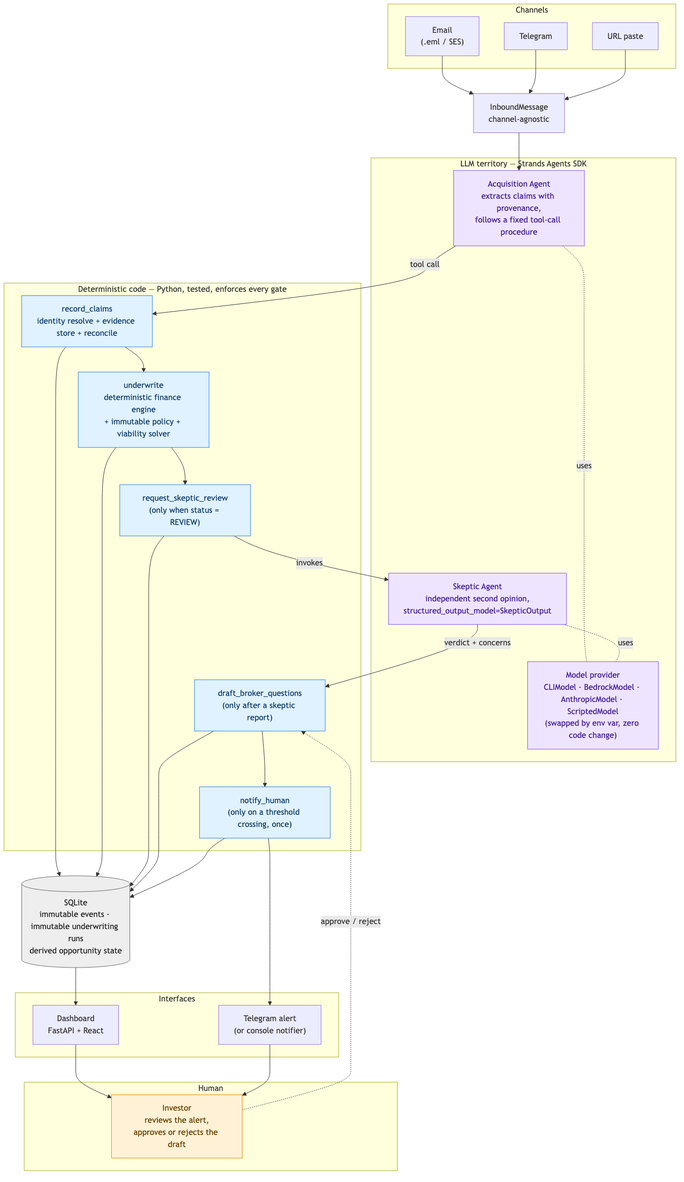
The Mermaid diagram architecture/architecture.png in mpnikhil/DealSieve, before a commit. Its source is kept beside it as architecture/architecture.mmd. Source of this version:
```mermaid

flowchart TD
    subgraph CH["Channels"]
        EM["Email\n(.eml / SES)"]
        TG["Telegram"]
        URLIN["URL paste"]
    end

    IM["InboundMessage\nchannel-agnostic"]
    EM --> IM
    TG --> IM
    URLIN --> IM

    subgraph LLM["LLM territory — Strands Agents SDK"]
        MP["Model provider\nCLIModel · BedrockModel · AnthropicModel · ScriptedModel\n(swapped by env var, zero code change)"]
        AA["Acquisition Agent\nextracts claims with provenance,\nfollows a fixed tool-call procedure"]
        SK["Skeptic Agent\nindependent second opinion,\nstructured_output_model=SkepticOutput"]
        AA -.uses.- MP
        SK -.uses.- MP
    end

    IM --> AA

    subgraph DET["Deterministic code — Python, tested, enforces every gate"]
        RC["record_claims\nidentity resolve + evidence store + reconcile"]
        UW["underwrite\ndeterministic finance engine\n+ immutable policy + viability solver"]
        RSR["request_skeptic_review\n(only when status = REVIEW)"]
        DBQ["draft_broker_questions\n(only after a skeptic report)"]
        NH["notify_human\n(only on a threshold crossing, once)"]
    end

    AA -->|"tool call"| RC --> UW --> RSR
    RSR -->|invokes| SK
    SK -->|verdict + concerns| DBQ --> NH

    DB[("SQLite\nimmutable events · immutable underwriting runs\nderived opportunity state")]
    RC --> DB
    UW --> DB
    RSR --> DB
    DBQ --> DB
    NH --> DB

    subgraph OUT["Interfaces"]
        DASH["Dashboard\nFastAPI + React"]
        ALERT["Telegram alert\n(or console notifier)"]
    end
    DB --> DASH
    NH --> ALERT

    subgraph HUM["Human"]
        H["Investor\nreviews the alert,\napproves or rejects the draft"]
    end
    DASH --> H
    ALERT --> H
    H -.approve / reject.-> DBQ

    classDef llm fill:#efe4ff,stroke:#7c4dff,color:#3d1a8f;
    classDef det fill:#e0f2ff,stroke:#2f7ed8,color:#0d3a66;
    classDef human fill:#fff1d6,stroke:#e08a00,color:#6b4400;
    classDef store fill:#eeeeee,stroke:#666666,color:#222222;

    class MP,AA,SK llm;
    class RC,UW,RSR,DBQ,NH det;
    class H human;
    class DB store;
```
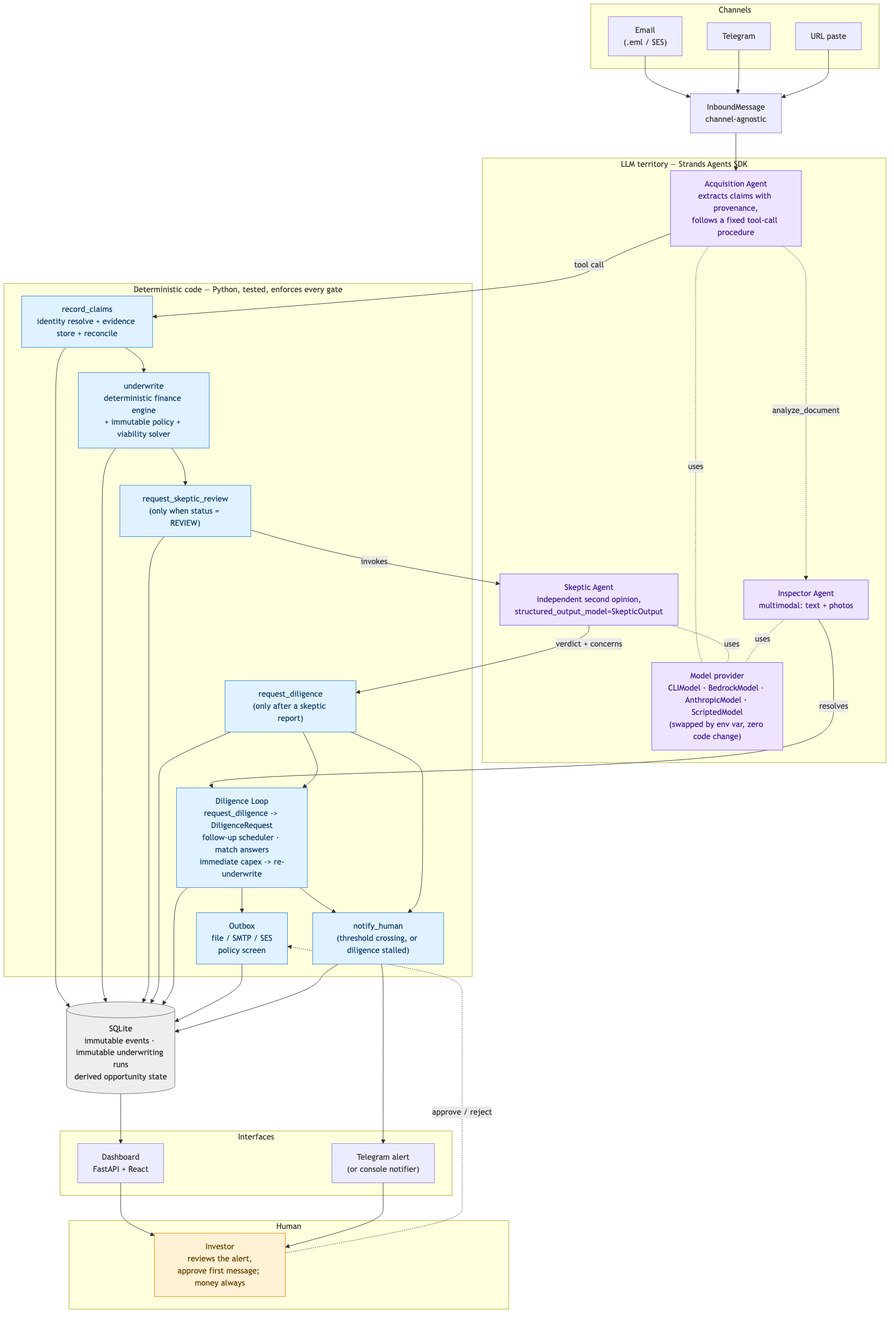
Above is the later version.

Commit message:
Docs for Act 3: three-act demo script, architecture diagram with Inspector agent and diligence loop; findings show photo numbers

The edit, as a diff of the source:
```diff
@@ -15,8 +15,10 @@
         MP["Model provider\nCLIModel · BedrockModel · AnthropicModel · ScriptedModel\n(swapped by env var, zero code change)"]
         AA["Acquisition Agent\nextracts claims with provenance,\nfollows a fixed tool-call procedure"]
         SK["Skeptic Agent\nindependent second opinion,\nstructured_output_model=SkepticOutput"]
+        INSP["Inspector Agent\nmultimodal: text + photos"]
         AA -.uses.- MP
         SK -.uses.- MP
+        INSP -.uses.- MP
     end
 
     IM --> AA
@@ -25,19 +27,28 @@
         RC["record_claims\nidentity resolve + evidence store + reconcile"]
         UW["underwrite\ndeterministic finance engine\n+ immutable policy + viability solver"]
         RSR["request_skeptic_review\n(only when status = REVIEW)"]
-        DBQ["draft_broker_questions\n(only after a skeptic report)"]
-        NH["notify_human\n(only on a threshold crossing, once)"]
+        DBQ["request_diligence\n(only after a skeptic report)"]
+        DIL["Diligence Loop\nrequest_diligence -> DiligenceRequest\nfollow-up scheduler · match answers\nimmediate capex -> re-underwrite"]
+        OBX["Outbox\nfile / SMTP / SES\npolicy screen"]
+        NH["notify_human\n(threshold crossing, or diligence stalled)"]
     end
 
     AA -->|"tool call"| RC --> UW --> RSR
+    AA -.->|"analyze_document"| INSP
+    INSP -->|"resolves"| DIL
     RSR -->|invokes| SK
-    SK -->|verdict + concerns| DBQ --> NH
+    SK -->|verdict + concerns| DBQ --> DIL
+    DIL --> OBX
+    DIL --> NH
+    DBQ --> NH
 
     DB[("SQLite\nimmutable events · immutable underwriting runs\nderived opportunity state")]
     RC --> DB
     UW --> DB
     RSR --> DB
     DBQ --> DB
+    DIL --> DB
+    OBX --> DB
     NH --> DB
 
     subgraph OUT["Interfaces"]
@@ -48,18 +59,18 @@
     NH --> ALERT
 
     subgraph HUM["Human"]
-        H["Investor\nreviews the alert,\napproves or rejects the draft"]
+        H["Investor\nreviews the alert,\napprove first message; money always"]
     end
     DASH --> H
     ALERT --> H
-    H -.approve / reject.-> DBQ
+    H -.approve / reject.-> OBX
 
     classDef llm fill:#efe4ff,stroke:#7c4dff,color:#3d1a8f;
     classDef det fill:#e0f2ff,stroke:#2f7ed8,color:#0d3a66;
     classDef human fill:#fff1d6,stroke:#e08a00,color:#6b4400;
     classDef store fill:#eeeeee,stroke:#666666,color:#222222;
 
-    class MP,AA,SK llm;
-    class RC,UW,RSR,DBQ,NH det;
+    class MP,AA,SK,INSP llm;
+    class RC,UW,RSR,DBQ,DIL,OBX,NH det;
     class H human;
     class DB store;
```
